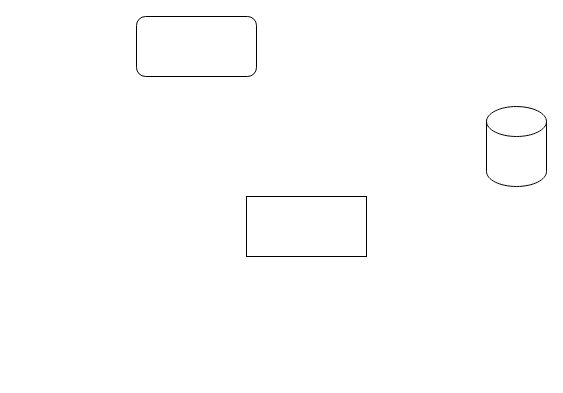
The draw.io diagram Untitled Diagram.drawio in viethuynhvn/helm, before the edit. Source tidied: cells renumbered, new cells numbered last; positions are measured from the earlier drawing's top-left corner, leaving out a move shared by most shapes. Both pictures are drawn from the tidied source at 100%, with x=0, y=0 at pixel (136, 16).
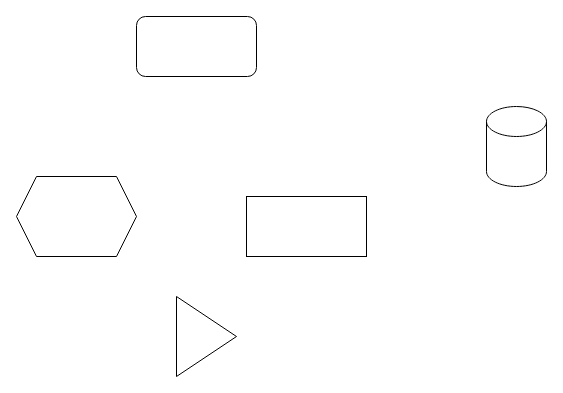
Above is the later version.

What changed in the source:
```diff
@@
 <mxGraphModel>
   <root>
     <mxCell id="0" />
     <mxCell id="1" parent="0" />
     <mxCell id="2" style="rounded=1;whiteSpace=wrap;html=1;" parent="1" vertex="1">
       <mxGeometry width="120" height="60" as="geometry" />
     </mxCell>
     <mxCell id="3" style="rounded=0;whiteSpace=wrap;html=1;" parent="1" vertex="1">
       <mxGeometry x="110" y="180" width="120" height="60" as="geometry" />
     </mxCell>
     <mxCell id="4" style="shape=cylinder3;whiteSpace=wrap;html=1;boundedLbl=1;backgroundOutline=1;size=15;" parent="1" vertex="1">
       <mxGeometry x="350" y="90" width="60" height="80" as="geometry" />
     </mxCell>
+    <mxCell id="5" style="shape=hexagon;perimeter=hexagonPerimeter2;whiteSpace=wrap;html=1;fixedSize=1;" parent="1" vertex="1">
+      <mxGeometry x="-120" y="160" width="120" height="80" as="geometry" />
+    </mxCell>
+    <mxCell id="6" style="triangle;whiteSpace=wrap;html=1;" parent="1" vertex="1">
+      <mxGeometry x="40" y="280" width="60" height="80" as="geometry" />
+    </mxCell>
   </root>
 </mxGraphModel>
```
